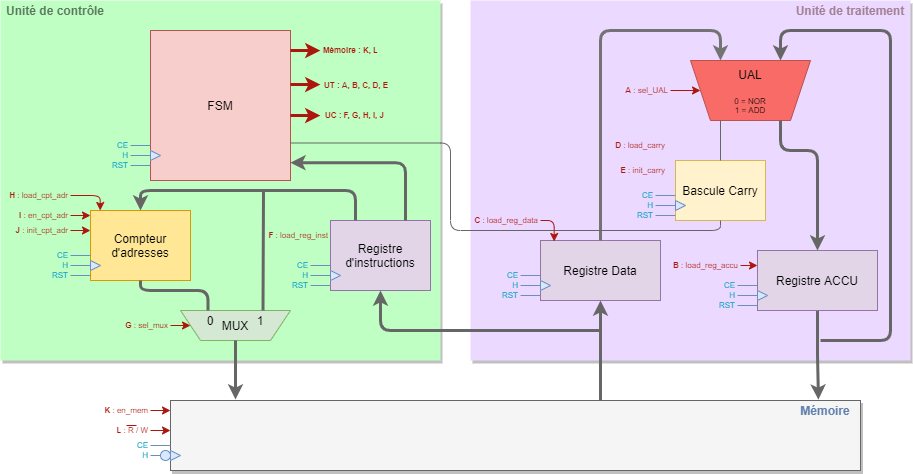
Above: Pictures/Conception-Schema.png in Starmaxou/Conception_processeur (draw.io), before the change. Source tidied: cells renumbered, new cells last; positions are measured from the earlier drawing's top-left corner, leaving out a move shared by most shapes.
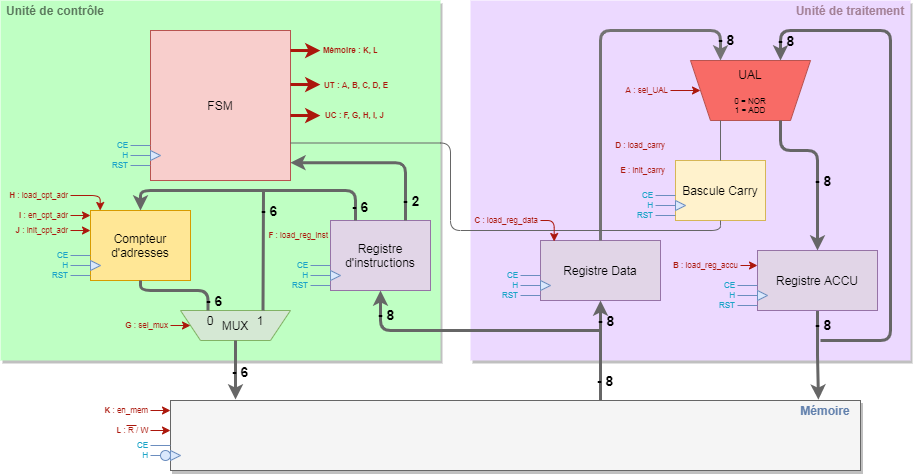
After the change.

What changed in the source:
```diff
@@ -413,10 +413,10 @@
         <mxPoint x="319.9" y="50" as="targetPoint" />
       </mxGeometry>
     </mxCell>
-    <mxCell id="106" value="&lt;b&gt;Mémoire : K, L&lt;/b&gt;" style="text;html=1;strokeColor=none;fillColor=none;align=right;verticalAlign=middle;whiteSpace=wrap;rounded=0;fontSize=8;fontColor=#AB170C;" parent="1" vertex="1">
+    <mxCell id="106" value="&lt;b style=&quot;font-size: 8px;&quot;&gt;Mémoire : K, L&lt;/b&gt;" style="text;html=1;strokeColor=none;fillColor=none;align=right;verticalAlign=middle;whiteSpace=wrap;rounded=0;fontSize=8;fontColor=#AB170C;" parent="1" vertex="1">
       <mxGeometry x="310" y="40" width="70" height="20" as="geometry" />
     </mxCell>
-    <mxCell id="107" value="&lt;b&gt;UT : A, B, C, D, E&lt;/b&gt;" style="text;html=1;strokeColor=none;fillColor=none;align=right;verticalAlign=middle;whiteSpace=wrap;rounded=0;fontSize=8;fontColor=#AB170C;" parent="1" vertex="1">
+    <mxCell id="107" value="&lt;b style=&quot;font-size: 8px;&quot;&gt;UT : A, B, C, D, E&lt;/b&gt;" style="text;html=1;strokeColor=none;fillColor=none;align=right;verticalAlign=middle;whiteSpace=wrap;rounded=0;fontSize=8;fontColor=#AB170C;" parent="1" vertex="1">
       <mxGeometry x="320" y="75" width="70" height="20" as="geometry" />
     </mxCell>
     <mxCell id="108" value="&lt;b&gt;UC : F, G, H, I, J&lt;/b&gt;" style="text;html=1;strokeColor=none;fillColor=none;align=right;verticalAlign=middle;whiteSpace=wrap;rounded=0;fontSize=8;fontColor=#AB170C;" parent="1" vertex="1">
@@ -435,5 +435,41 @@
     <mxCell id="110" value="Mémoire" style="rounded=0;whiteSpace=wrap;html=1;fillColor=none;strokeColor=none;fontStyle=1;fontColor=#6281AD;" parent="1" vertex="1">
       <mxGeometry x="790" y="400" width="70" height="20" as="geometry" />
     </mxCell>
+    <mxCell id="111" value="- 6" style="text;html=1;strokeColor=none;fillColor=none;align=center;verticalAlign=middle;whiteSpace=wrap;rounded=0;fontSize=14;fontStyle=1;" parent="1" vertex="1">
+      <mxGeometry x="194" y="290" width="40" height="20" as="geometry" />
+    </mxCell>
+    <mxCell id="112" value="- 6" style="text;html=1;strokeColor=none;fillColor=none;align=center;verticalAlign=middle;whiteSpace=wrap;rounded=0;fontSize=14;fontStyle=1;" parent="1" vertex="1">
+      <mxGeometry x="249" y="200" width="40" height="20" as="geometry" />
+    </mxCell>
+    <mxCell id="113" value="- 6" style="text;html=1;strokeColor=none;fillColor=none;align=center;verticalAlign=middle;whiteSpace=wrap;rounded=0;fontSize=14;fontStyle=1;" parent="1" vertex="1">
+      <mxGeometry x="340" y="196" width="40" height="20" as="geometry" />
+    </mxCell>
+    <mxCell id="114" value="- 2" style="text;html=1;strokeColor=none;fillColor=none;align=center;verticalAlign=middle;whiteSpace=wrap;rounded=0;fontSize=14;fontStyle=1;" parent="1" vertex="1">
+      <mxGeometry x="391" y="190" width="40" height="20" as="geometry" />
+    </mxCell>
+    <mxCell id="115" value="- 8" style="text;html=1;strokeColor=none;fillColor=none;align=center;verticalAlign=middle;whiteSpace=wrap;rounded=0;fontSize=14;fontStyle=1;" parent="1" vertex="1">
+      <mxGeometry x="366" y="304" width="40" height="20" as="geometry" />
+    </mxCell>
+    <mxCell id="116" value="- 6" style="text;html=1;strokeColor=none;fillColor=none;align=center;verticalAlign=middle;whiteSpace=wrap;rounded=0;fontSize=14;fontStyle=1;" parent="1" vertex="1">
+      <mxGeometry x="220" y="361" width="40" height="20" as="geometry" />
+    </mxCell>
+    <mxCell id="117" value="- 8" style="text;html=1;strokeColor=none;fillColor=none;align=center;verticalAlign=middle;whiteSpace=wrap;rounded=0;fontSize=14;fontStyle=1;" parent="1" vertex="1">
+      <mxGeometry x="585" y="370" width="40" height="20" as="geometry" />
+    </mxCell>
+    <mxCell id="118" value="- 8" style="text;html=1;strokeColor=none;fillColor=none;align=center;verticalAlign=middle;whiteSpace=wrap;rounded=0;fontSize=14;fontStyle=1;" parent="1" vertex="1">
+      <mxGeometry x="586" y="310" width="40" height="20" as="geometry" />
+    </mxCell>
+    <mxCell id="119" value="- 8" style="text;html=1;strokeColor=none;fillColor=none;align=center;verticalAlign=middle;whiteSpace=wrap;rounded=0;fontSize=14;fontStyle=1;" parent="1" vertex="1">
+      <mxGeometry x="803" y="314" width="40" height="20" as="geometry" />
+    </mxCell>
+    <mxCell id="120" value="- 8" style="text;html=1;strokeColor=none;fillColor=none;align=center;verticalAlign=middle;whiteSpace=wrap;rounded=0;fontSize=14;fontStyle=1;" parent="1" vertex="1">
+      <mxGeometry x="766" y="30" width="40" height="20" as="geometry" />
+    </mxCell>
+    <mxCell id="121" value="- 8" style="text;html=1;strokeColor=none;fillColor=none;align=center;verticalAlign=middle;whiteSpace=wrap;rounded=0;fontSize=14;fontStyle=1;" parent="1" vertex="1">
+      <mxGeometry x="706" y="29" width="40" height="20" as="geometry" />
+    </mxCell>
+    <mxCell id="122" value="- 8" style="text;html=1;strokeColor=none;fillColor=none;align=center;verticalAlign=middle;whiteSpace=wrap;rounded=0;fontSize=14;fontStyle=1;" parent="1" vertex="1">
+      <mxGeometry x="803" y="170" width="40" height="20" as="geometry" />
+    </mxCell>
   </root>
 </mxGraphModel>
```
